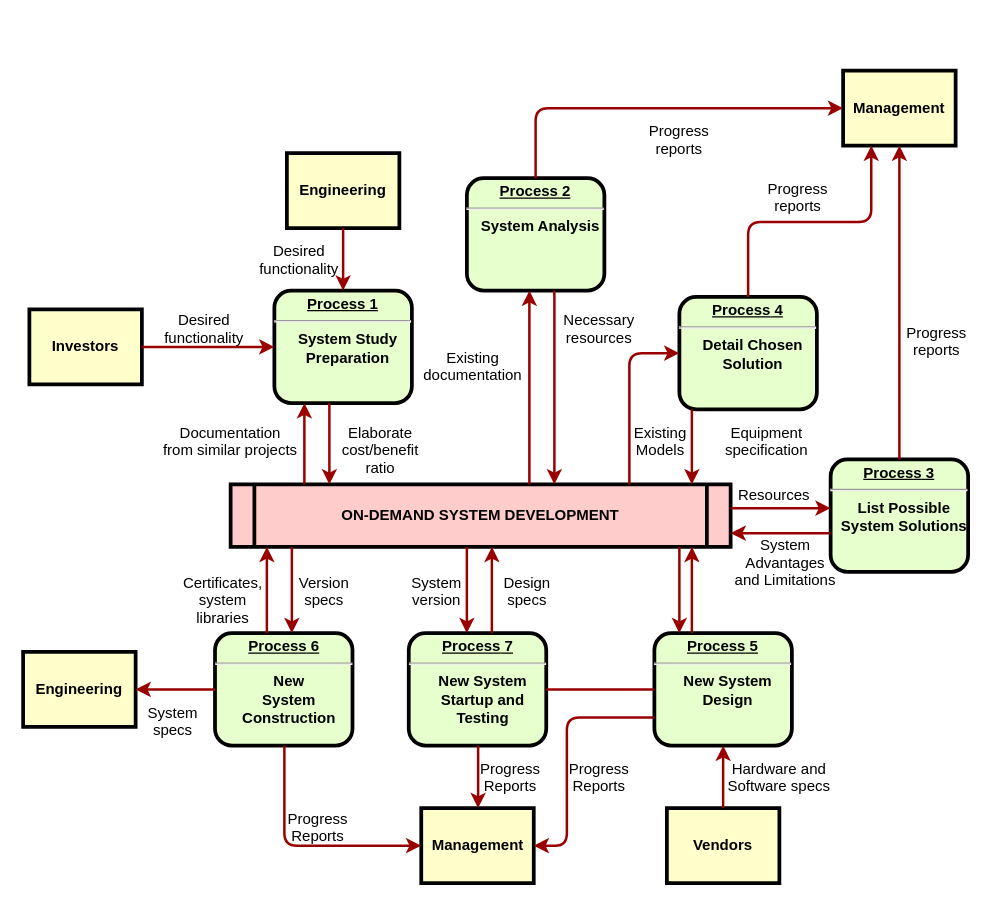
The draw.io diagram process.drawio in liweizhen111/GIt-GitHub_Note, before the edit. Source tidied: cells renumbered, new cells numbered last; positions are measured from the earlier drawing's top-left corner, leaving out a move shared by most shapes. Both pictures are drawn from the tidied source at 125%, with x=0, y=0 at pixel (22, 70).
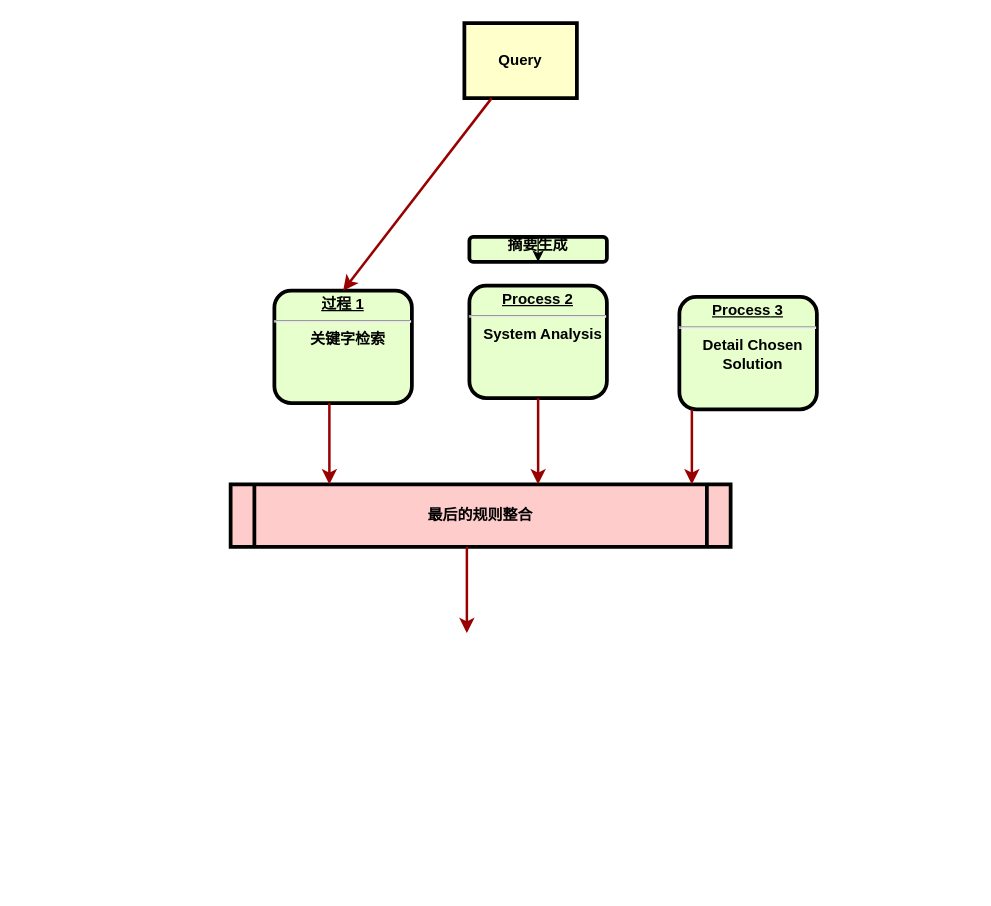
The same diagram, later.

What changed in the source:
```diff
@@
-    <mxCell id="2" value="&lt;p style=&quot;margin: 0px; margin-top: 4px; text-align: center; text-decoration: underline;&quot;&gt;&lt;strong&gt;Process 1&lt;br /&gt;&lt;/strong&gt;&lt;/p&gt;&lt;hr /&gt;&lt;p style=&quot;margin: 0px; margin-left: 8px;&quot;&gt;System Study&lt;/p&gt;&lt;p style=&quot;margin: 0px; margin-left: 8px;&quot;&gt;Preparation&lt;/p&gt;" style="verticalAlign=middle;align=center;overflow=fill;fontSize=12;fontFamily=Helvetica;html=1;rounded=1;fontStyle=1;strokeWidth=3;fillColor=#E6FFCC;" parent="1" vertex="1">
+    <mxCell id="2" value="&lt;p style=&quot;margin: 0px; margin-top: 4px; text-align: center; text-decoration: underline;&quot;&gt;&lt;strong&gt;过程 1&lt;br&gt;&lt;/strong&gt;&lt;/p&gt;&lt;hr&gt;&lt;p style=&quot;margin: 0px; margin-left: 8px;&quot;&gt;关键字检索&lt;/p&gt;" style="verticalAlign=middle;align=center;overflow=fill;fontSize=12;fontFamily=Helvetica;html=1;rounded=1;fontStyle=1;strokeWidth=3;fillColor=#E6FFCC;" parent="1" vertex="1">
       <mxGeometry x="201" y="176" width="110" height="90" as="geometry" />
     </mxCell>
-    <mxCell id="3" value="Engineering" style="whiteSpace=wrap;align=center;verticalAlign=middle;fontStyle=1;strokeWidth=3;fillColor=#FFFFCC;" parent="1" vertex="1">
-      <mxGeometry x="211" y="66" width="90" height="60" as="geometry" />
+    <mxCell id="3" value="Query" style="whiteSpace=wrap;align=center;verticalAlign=middle;fontStyle=1;strokeWidth=3;fillColor=#FFFFCC;" parent="1" vertex="1">
+      <mxGeometry x="353" y="-38" width="90" height="60" as="geometry" />
     </mxCell>
-    <mxCell id="4" value="Investors" style="whiteSpace=wrap;align=center;verticalAlign=middle;fontStyle=1;strokeWidth=3;fillColor=#FFFFCC;" parent="1" vertex="1">
-      <mxGeometry x="5" y="191" width="90" height="60" as="geometry" />
-    </mxCell>
-    <mxCell id="5" value="ON-DEMAND SYSTEM DEVELOPMENT" style="shape=process;whiteSpace=wrap;align=center;verticalAlign=middle;size=0.0475;fontStyle=1;strokeWidth=3;fillColor=#FFCCCC;" parent="1" vertex="1">
+    <mxCell id="5" value="最后的规则整合" style="shape=process;whiteSpace=wrap;align=center;verticalAlign=middle;size=0.0475;fontStyle=1;strokeWidth=3;fillColor=#FFCCCC;" parent="1" vertex="1">
       <mxGeometry x="166" y="331" width="400" height="50" as="geometry" />
     </mxCell>
     <mxCell id="6" value="&lt;p style=&quot;margin: 0px; margin-top: 4px; text-align: center; text-decoration: underline;&quot;&gt;&lt;strong&gt;Process 2&lt;br /&gt;&lt;/strong&gt;&lt;/p&gt;&lt;hr /&gt;&lt;p style=&quot;margin: 0px; margin-left: 8px;&quot;&gt;System Analysis&lt;/p&gt;" style="verticalAlign=middle;align=center;overflow=fill;fontSize=12;fontFamily=Helvetica;html=1;rounded=1;fontStyle=1;strokeWidth=3;fillColor=#E6FFCC;" parent="1" vertex="1">
-      <mxGeometry x="355" y="86" width="110" height="90" as="geometry" />
+      <mxGeometry x="357" y="172" width="110" height="90" as="geometry" />
     </mxCell>
-    <mxCell id="7" value="&lt;p style=&quot;margin: 0px; margin-top: 4px; text-align: center; text-decoration: underline;&quot;&gt;&lt;strong&gt;&lt;strong&gt;Process&lt;/strong&gt; 3&lt;br /&gt;&lt;/strong&gt;&lt;/p&gt;&lt;hr /&gt;&lt;p style=&quot;margin: 0px; margin-left: 8px;&quot;&gt;List Possible&lt;/p&gt;&lt;p style=&quot;margin: 0px; margin-left: 8px;&quot;&gt;System Solutions&lt;/p&gt;" style="verticalAlign=middle;align=center;overflow=fill;fontSize=12;fontFamily=Helvetica;html=1;rounded=1;fontStyle=1;strokeWidth=3;fillColor=#E6FFCC;" parent="1" vertex="1">
-      <mxGeometry x="646" y="311" width="110" height="90" as="geometry" />
-    </mxCell>
-    <mxCell id="8" value="&lt;p style=&quot;margin: 0px; margin-top: 4px; text-align: center; text-decoration: underline;&quot;&gt;&lt;strong&gt;&lt;strong&gt;Process&lt;/strong&gt; 4&lt;br /&gt;&lt;/strong&gt;&lt;/p&gt;&lt;hr /&gt;&lt;p style=&quot;margin: 0px; margin-left: 8px;&quot;&gt;Detail Chosen&lt;/p&gt;&lt;p style=&quot;margin: 0px; margin-left: 8px;&quot;&gt;Solution&lt;/p&gt;" style="verticalAlign=middle;align=center;overflow=fill;fontSize=12;fontFamily=Helvetica;html=1;rounded=1;fontStyle=1;strokeWidth=3;fillColor=#E6FFCC;" parent="1" vertex="1">
+    <mxCell id="8" value="&lt;p style=&quot;margin: 0px; margin-top: 4px; text-align: center; text-decoration: underline;&quot;&gt;&lt;strong&gt;&lt;strong&gt;Process&lt;/strong&gt;&amp;nbsp;3&lt;br&gt;&lt;/strong&gt;&lt;/p&gt;&lt;hr&gt;&lt;p style=&quot;margin: 0px; margin-left: 8px;&quot;&gt;Detail Chosen&lt;/p&gt;&lt;p style=&quot;margin: 0px; margin-left: 8px;&quot;&gt;Solution&lt;/p&gt;" style="verticalAlign=middle;align=center;overflow=fill;fontSize=12;fontFamily=Helvetica;html=1;rounded=1;fontStyle=1;strokeWidth=3;fillColor=#E6FFCC;" parent="1" vertex="1">
       <mxGeometry x="525" y="181" width="110" height="90" as="geometry" />
     </mxCell>
-    <mxCell id="9" value="&lt;p style=&quot;margin: 0px; margin-top: 4px; text-align: center; text-decoration: underline;&quot;&gt;&lt;strong&gt;&lt;strong&gt;Process&lt;/strong&gt; 5&lt;br /&gt;&lt;/strong&gt;&lt;/p&gt;&lt;hr /&gt;&lt;p style=&quot;margin: 0px; margin-left: 8px;&quot;&gt;New System&lt;/p&gt;&lt;p style=&quot;margin: 0px; margin-left: 8px;&quot;&gt;Design&lt;/p&gt;" style="verticalAlign=middle;align=center;overflow=fill;fontSize=12;fontFamily=Helvetica;html=1;rounded=1;fontStyle=1;strokeWidth=3;fillColor=#E6FFCC;" parent="1" vertex="1">
-      <mxGeometry x="505" y="450" width="110" height="90" as="geometry" />
-    </mxCell>
-    <mxCell id="10" value="&lt;p style=&quot;margin: 0px; margin-top: 4px; text-align: center; text-decoration: underline;&quot;&gt;&lt;strong&gt;&lt;strong&gt;Process&lt;/strong&gt; 6&lt;br /&gt;&lt;/strong&gt;&lt;/p&gt;&lt;hr /&gt;&lt;p style=&quot;margin: 0px; margin-left: 8px;&quot;&gt;New&lt;/p&gt;&lt;p style=&quot;margin: 0px; margin-left: 8px;&quot;&gt;System&lt;/p&gt;&lt;p style=&quot;margin: 0px; margin-left: 8px;&quot;&gt;Construction&lt;/p&gt;" style="verticalAlign=middle;align=center;overflow=fill;fontSize=12;fontFamily=Helvetica;html=1;rounded=1;fontStyle=1;strokeWidth=3;fillColor=#E6FFCC;" parent="1" vertex="1">
-      <mxGeometry x="153.5" y="450" width="110" height="90" as="geometry" />
-    </mxCell>
-    <mxCell id="11" value="Management" style="whiteSpace=wrap;align=center;verticalAlign=middle;fontStyle=1;strokeWidth=3;fillColor=#FFFFCC;" parent="1" vertex="1">
-      <mxGeometry x="656" width="90" height="60" as="geometry" />
-    </mxCell>
-    <mxCell id="12" value="Management" style="whiteSpace=wrap;align=center;verticalAlign=middle;fontStyle=1;strokeWidth=3;fillColor=#FFFFCC;" parent="1" vertex="1">
-      <mxGeometry x="318.5" y="590" width="90" height="60" as="geometry" />
-    </mxCell>
-    <mxCell id="13" value="Engineering" style="whiteSpace=wrap;align=center;verticalAlign=middle;fontStyle=1;strokeWidth=3;fillColor=#FFFFCC;" parent="1" vertex="1">
-      <mxGeometry y="465" width="90" height="60" as="geometry" />
-    </mxCell>
-    <mxCell id="14" value="Vendors" style="whiteSpace=wrap;align=center;verticalAlign=middle;fontStyle=1;strokeWidth=3;fillColor=#FFFFCC;" parent="1" vertex="1">
-      <mxGeometry x="515" y="590" width="90" height="60" as="geometry" />
-    </mxCell>
-    <mxCell id="15" style="edgeStyle=none;noEdgeStyle=1;strokeColor=#990000;strokeWidth=2;" parent="1" edge="1" source="3" target="2">
+    <mxCell id="15" style="edgeStyle=none;noEdgeStyle=1;strokeColor=#990000;strokeWidth=2;entryX=0.5;entryY=0;entryDx=0;entryDy=0;" parent="1" edge="1" source="3" target="2">
       <mxGeometry relative="1" as="geometry" />
     </mxCell>
-    <mxCell id="16" style="edgeStyle=none;noEdgeStyle=1;strokeColor=#990000;strokeWidth=2;" parent="1" edge="1" source="4" target="2">
-      <mxGeometry relative="1" as="geometry" />
-    </mxCell>
-    <mxCell id="17" value="&lt;p style=&quot;margin: 0px; margin-top: 4px; text-align: center; text-decoration: underline;&quot;&gt;&lt;strong&gt;&lt;strong&gt;Process&lt;/strong&gt; 7&lt;br /&gt;&lt;/strong&gt;&lt;/p&gt;&lt;hr /&gt;&lt;p style=&quot;margin: 0px; margin-left: 8px;&quot;&gt;New System&lt;/p&gt;&lt;p style=&quot;margin: 0px; margin-left: 8px;&quot;&gt;Startup and&lt;/p&gt;&lt;p style=&quot;margin: 0px; margin-left: 8px;&quot;&gt;Testing&lt;/p&gt;" style="verticalAlign=middle;align=center;overflow=fill;fontSize=12;fontFamily=Helvetica;html=1;rounded=1;fontStyle=1;strokeWidth=3;fillColor=#E6FFCC;" parent="1" vertex="1">
-      <mxGeometry x="308.5" y="450" width="110" height="90" as="geometry" />
-    </mxCell>
-    <mxCell id="18" style="endArrow=none;noEdgeStyle=1;strokeColor=#990000;strokeWidth=2;" parent="1" edge="1" source="9" target="17">
-      <mxGeometry relative="1" as="geometry" />
-    </mxCell>
-    <mxCell id="19" value="Desired &#10;functionality" style="text;spacingTop=-5;align=center;" parent="1" vertex="1">
-      <mxGeometry x="130" y="191" width="30" height="20" as="geometry" />
-    </mxCell>
-    <mxCell id="20" value="Desired &#10;functionality" style="text;spacingTop=-5;align=center;" parent="1" vertex="1">
-      <mxGeometry x="206" y="136" width="30" height="20" as="geometry" />
-    </mxCell>
-    <mxCell id="21" value="Documentation&#10;from similar projects" style="text;spacingTop=-5;align=center;" parent="1" vertex="1">
-      <mxGeometry x="151" y="281" width="30" height="20" as="geometry" />
-    </mxCell>
-    <mxCell id="22" style="edgeStyle=elbowEdgeStyle;elbow=horizontal;strokeColor=#990000;strokeWidth=2;" parent="1" edge="1" source="5" target="2">
-      <mxGeometry relative="1" as="geometry">
-        <Array as="points">
-          <mxPoint x="225" y="310" />
-        </Array>
-      </mxGeometry>
-    </mxCell>
@@
-    <mxCell id="24" value="Elaborate&#10;cost/benefit&#10;ratio" style="text;spacingTop=-5;align=center;" parent="1" vertex="1">
-      <mxGeometry x="271" y="281" width="30" height="20" as="geometry" />
-    </mxCell>
-    <mxCell id="25" style="edgeStyle=elbowEdgeStyle;elbow=horizontal;strokeColor=#990000;strokeWidth=2;" parent="1" edge="1" source="5" target="6">
-      <mxGeometry relative="1" as="geometry">
-        <Array as="points">
-          <mxPoint x="405" y="250" />
-        </Array>
-      </mxGeometry>
-    </mxCell>
@@
-    <mxCell id="27" value="Existing&#10;documentation" style="text;spacingTop=-5;align=center;" parent="1" vertex="1">
-      <mxGeometry x="345" y="221" width="30" height="20" as="geometry" />
-    </mxCell>
-    <mxCell id="28" value="Necessary&#10;resources" style="text;spacingTop=-5;align=center;" parent="1" vertex="1">
-      <mxGeometry x="446" y="191" width="30" height="20" as="geometry" />
-    </mxCell>
-    <mxCell id="29" value="Progress&#10;reports" style="text;spacingTop=-5;align=center;" parent="1" vertex="1">
-      <mxGeometry x="510" y="40" width="30" height="20" as="geometry" />
-    </mxCell>
-    <mxCell id="30" value="Progress&#10;reports" style="text;spacingTop=-5;align=center;" parent="1" vertex="1">
-      <mxGeometry x="605" y="86" width="30" height="20" as="geometry" />
-    </mxCell>
-    <mxCell id="31" value="Progress&#10;reports" style="text;spacingTop=-5;align=center;" parent="1" vertex="1">
-      <mxGeometry x="716" y="201" width="30" height="20" as="geometry" />
-    </mxCell>
-    <mxCell id="32" style="edgeStyle=elbowEdgeStyle;elbow=horizontal;strokeColor=#990000;strokeWidth=2;" parent="1" edge="1" source="6" target="11">
-      <mxGeometry relative="1" as="geometry">
-        <Array as="points">
-          <mxPoint x="410" y="80" />
-        </Array>
-      </mxGeometry>
-    </mxCell>
-    <mxCell id="33" style="edgeStyle=elbowEdgeStyle;elbow=vertical;entryX=0.25;entryY=1;strokeColor=#990000;strokeWidth=2;" parent="1" edge="1" source="8" target="11">
-      <mxGeometry relative="1" as="geometry" />
-    </mxCell>
-    <mxCell id="34" style="edgeStyle=elbowEdgeStyle;elbow=horizontal;strokeColor=#990000;strokeWidth=2;" parent="1" edge="1" source="7" target="11">
-      <mxGeometry relative="1" as="geometry" />
-    </mxCell>
@@
-    <mxCell id="36" style="edgeStyle=segmentEdgeStyle;strokeColor=#990000;strokeWidth=2;" parent="1" edge="1" source="5" target="8">
-      <mxGeometry relative="1" as="geometry">
-        <Array as="points">
-          <mxPoint x="485" y="226" />
-        </Array>
-      </mxGeometry>
-    </mxCell>
-    <mxCell id="37" value="Existing&#10;Models" style="text;spacingTop=-5;align=center;" parent="1" vertex="1">
-      <mxGeometry x="495" y="281" width="30" height="20" as="geometry" />
-    </mxCell>
-    <mxCell id="38" value="Equipment&#10;specification" style="text;spacingTop=-5;align=center;" parent="1" vertex="1">
-      <mxGeometry x="580" y="281" width="30" height="20" as="geometry" />
-    </mxCell>
-    <mxCell id="39" style="edgeStyle=elbowEdgeStyle;elbow=vertical;strokeColor=#990000;strokeWidth=2;" parent="1" edge="1" source="5" target="7">
-      <mxGeometry relative="1" as="geometry">
-        <Array as="points">
-          <mxPoint x="615" y="350" />
-        </Array>
-      </mxGeometry>
-    </mxCell>
-    <mxCell id="40" style="edgeStyle=elbowEdgeStyle;elbow=vertical;strokeColor=#990000;strokeWidth=2;" parent="1" edge="1" source="7" target="5">
-      <mxGeometry relative="1" as="geometry">
-        <Array as="points">
-          <mxPoint x="615" y="370" />
-        </Array>
-      </mxGeometry>
-    </mxCell>
-    <mxCell id="41" value="Resources" style="text;spacingTop=-5;align=center;" parent="1" vertex="1">
-      <mxGeometry x="586" y="331" width="30" height="20" as="geometry" />
-    </mxCell>
-    <mxCell id="42" value="System &#10;Advantages &#10;and Limitations" style="text;spacingTop=-5;align=center;" parent="1" vertex="1">
-      <mxGeometry x="595" y="371" width="30" height="20" as="geometry" />
-    </mxCell>
-    <mxCell id="43" style="edgeStyle=elbowEdgeStyle;elbow=horizontal;strokeColor=#990000;strokeWidth=2;" parent="1" edge="1" source="9" target="5">
-      <mxGeometry relative="1" as="geometry">
-        <Array as="points">
-          <mxPoint x="535" y="410" />
-        </Array>
-      </mxGeometry>
-    </mxCell>
-    <mxCell id="44" style="edgeStyle=elbowEdgeStyle;elbow=horizontal;strokeColor=#990000;strokeWidth=2;" parent="1" edge="1" source="5" target="9">
-      <mxGeometry relative="1" as="geometry">
-        <Array as="points">
-          <mxPoint x="525" y="420" />
-        </Array>
-      </mxGeometry>
-    </mxCell>
-    <mxCell id="45" style="edgeStyle=elbowEdgeStyle;elbow=horizontal;strokeColor=#990000;strokeWidth=2;" parent="1" edge="1" source="14" target="9">
-      <mxGeometry relative="1" as="geometry" />
-    </mxCell>
-    <mxCell id="46" value="Hardware and&#10;Software specs" style="text;spacingTop=-5;align=center;" parent="1" vertex="1">
-      <mxGeometry x="590" y="550" width="30" height="20" as="geometry" />
-    </mxCell>
-    <mxCell id="47" style="edgeStyle=elbowEdgeStyle;elbow=horizontal;exitX=0;exitY=0.75;strokeColor=#990000;strokeWidth=2;" parent="1" edge="1" source="9" target="12">
-      <mxGeometry relative="1" as="geometry">
-        <Array as="points">
-          <mxPoint x="435" y="570" />
-        </Array>
-      </mxGeometry>
-    </mxCell>
-    <mxCell id="48" value="Progress&#10;Reports" style="text;spacingTop=-5;align=center;" parent="1" vertex="1">
-      <mxGeometry x="446" y="550" width="30" height="20" as="geometry" />
-    </mxCell>
-    <mxCell id="49" style="edgeStyle=elbowEdgeStyle;elbow=horizontal;strokeColor=#990000;strokeWidth=2;" parent="1" edge="1" source="17" target="12">
-      <mxGeometry relative="1" as="geometry" />
-    </mxCell>
-    <mxCell id="50" value="Progress&#10;Reports" style="text;spacingTop=-5;align=center;" parent="1" vertex="1">
-      <mxGeometry x="375" y="550" width="30" height="20" as="geometry" />
-    </mxCell>
-    <mxCell id="51" style="edgeStyle=elbowEdgeStyle;elbow=horizontal;strokeColor=#990000;strokeWidth=2;" parent="1" edge="1" source="10" target="12">
-      <mxGeometry relative="1" as="geometry">
-        <Array as="points">
-          <mxPoint x="209" y="570" />
-        </Array>
-      </mxGeometry>
-    </mxCell>
-    <mxCell id="52" value="Progress&#10;Reports" style="text;spacingTop=-5;align=center;" parent="1" vertex="1">
-      <mxGeometry x="221" y="590" width="30" height="20" as="geometry" />
-    </mxCell>
-    <mxCell id="53" style="edgeStyle=elbowEdgeStyle;elbow=vertical;strokeColor=#990000;strokeWidth=2;" parent="1" edge="1" source="10" target="13">
-      <mxGeometry relative="1" as="geometry" />
-    </mxCell>
-    <mxCell id="54" style="edgeStyle=elbowEdgeStyle;elbow=horizontal;strokeColor=#990000;strokeWidth=2;" parent="1" edge="1" source="5" target="17">
+    <mxCell id="54" style="edgeStyle=elbowEdgeStyle;elbow=horizontal;strokeColor=#990000;strokeWidth=2;" parent="1" edge="1" source="5">
       <mxGeometry relative="1" as="geometry">
+        <mxPoint x="355" y="450" as="targetPoint" />
         <Array as="points">
           <mxPoint x="355" y="410" />
         </Array>
       </mxGeometry>
     </mxCell>
-    <mxCell id="55" style="edgeStyle=elbowEdgeStyle;elbow=horizontal;strokeColor=#990000;strokeWidth=2;" parent="1" edge="1" source="17" target="5">
-      <mxGeometry relative="1" as="geometry">
-        <Array as="points">
-          <mxPoint x="375" y="410" />
-        </Array>
-      </mxGeometry>
-    </mxCell>
-    <mxCell id="56" value="Version&#10;specs" style="text;spacingTop=-5;align=center;" parent="1" vertex="1">
-      <mxGeometry x="226" y="401" width="30" height="20" as="geometry" />
-    </mxCell>
-    <mxCell id="57" value="Certificates,&#10;system&#10;libraries" style="text;spacingTop=-5;align=center;" parent="1" vertex="1">
-      <mxGeometry x="145" y="401" width="30" height="20" as="geometry" />
-    </mxCell>
-    <mxCell id="58" style="edgeStyle=elbowEdgeStyle;elbow=horizontal;strokeColor=#990000;strokeWidth=2;" parent="1" edge="1" source="5" target="10">
-      <mxGeometry relative="1" as="geometry">
-        <Array as="points">
-          <mxPoint x="215" y="410" />
-        </Array>
-      </mxGeometry>
-    </mxCell>
-    <mxCell id="59" style="edgeStyle=elbowEdgeStyle;elbow=horizontal;strokeColor=#990000;strokeWidth=2;" parent="1" edge="1" source="10" target="5">
-      <mxGeometry relative="1" as="geometry">
-        <Array as="points">
-          <mxPoint x="195" y="410" />
-        </Array>
-      </mxGeometry>
-    </mxCell>
-    <mxCell id="60" value="System&#10;specs" style="text;spacingTop=-5;align=center;" parent="1" vertex="1">
-      <mxGeometry x="105" y="505" width="30" height="20" as="geometry" />
-    </mxCell>
-    <mxCell id="61" value="Design&#10;specs" style="text;spacingTop=-5;align=center;" parent="1" vertex="1">
-      <mxGeometry x="388.5" y="401" width="30" height="20" as="geometry" />
-    </mxCell>
-    <mxCell id="62" value="System&#10;version" style="text;spacingTop=-5;align=center;" parent="1" vertex="1">
-      <mxGeometry x="316" y="401" width="30" height="20" as="geometry" />
-    </mxCell>
+    <mxCell id="63" value="摘要生成" style="verticalAlign=middle;align=center;overflow=fill;fontSize=12;fontFamily=Helvetica;html=1;rounded=1;fontStyle=1;strokeWidth=3;fillColor=#E6FFCC;" parent="1" vertex="1">
+      <mxGeometry x="357" y="133" width="110" height="20" as="geometry" />
+    </mxCell>
+    <mxCell id="64" style="edgeStyle=orthogonalEdgeStyle;rounded=0;orthogonalLoop=1;jettySize=auto;html=1;exitX=0.5;exitY=0;exitDx=0;exitDy=0;entryX=0.5;entryY=1;entryDx=0;entryDy=0;" parent="1" edge="1" source="63" target="63">
+      <mxGeometry relative="1" as="geometry" />
+    </mxCell>
```
